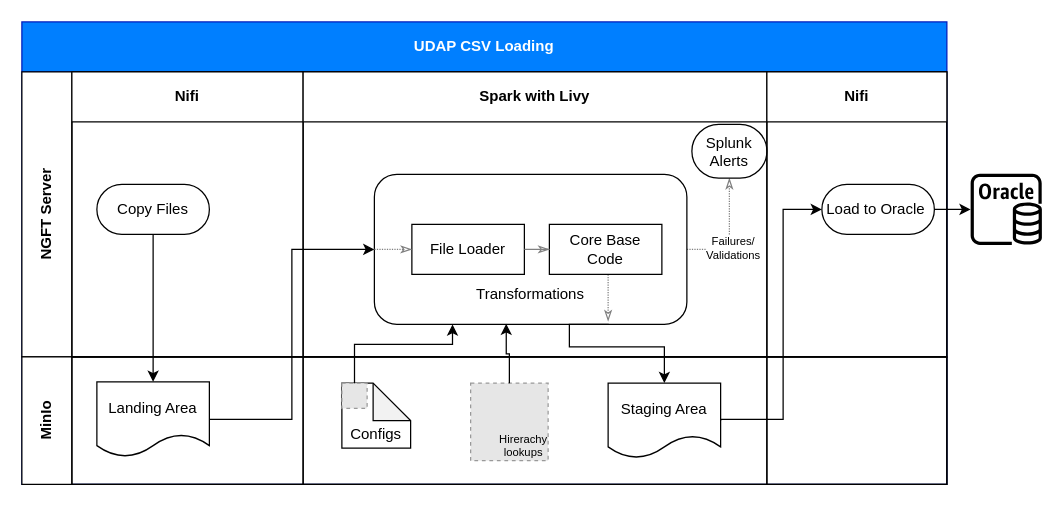
Earlier version of the draw.io diagram Udap_csv.drawio (subhasankar/Main). Source tidied: cells renumbered, new cells numbered last; positions are measured from the earlier drawing's top-left corner, leaving out a move shared by most shapes. Both pictures are drawn from the tidied source at 125%, with x=0, y=0 at pixel (21, 21). Pictures stored in the file or linked from it are replaced by grey dashed boxes.
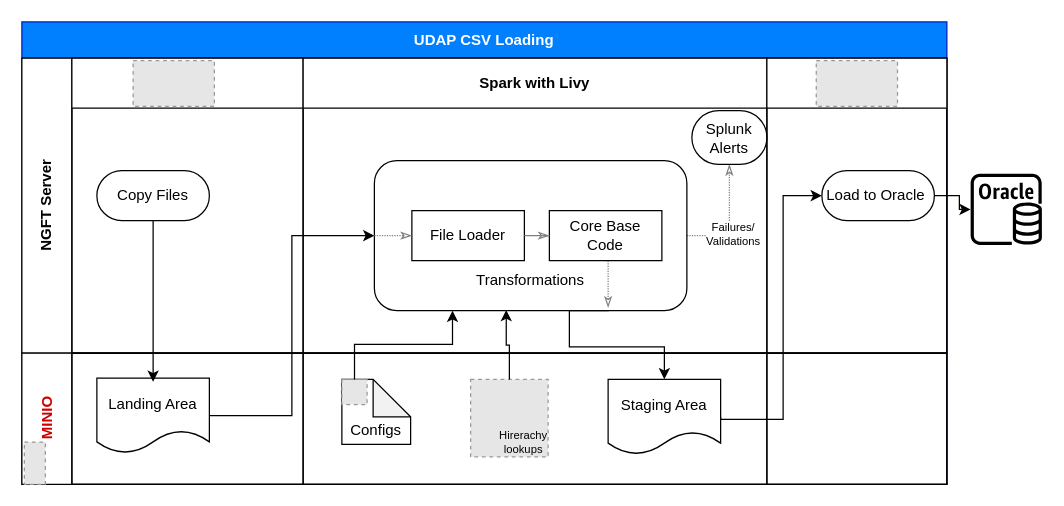
Above is the later version.

Unchanged cells that the change refers to:
```xml
<mxCell id="18" value="Load to Oracle&amp;nbsp;" style="rounded=1;whiteSpace=wrap;html=1;arcSize=50;" parent="17" vertex="1">
  <mxGeometry x="44" y="90" width="90" height="40" as="geometry" />
</mxCell>
<mxCell id="24" value="Staging Area" style="shape=document;whiteSpace=wrap;html=1;boundedLbl=1;size=0.3;" parent="22" vertex="1">
  <mxGeometry x="244" y="21" width="90" height="60" as="geometry" />
</mxCell>
```

What changed in the source:
```diff
@@
-    <mxCell id="2" value="UDAP CSV Loading" style="shape=table;childLayout=tableLayout;rowLines=0;columnLines=0;startSize=40;html=1;whiteSpace=wrap;fontStyle=1;strokeColor=#001DBC;fontColor=#ffffff;fillColor=#007FFF;" parent="1" vertex="1">
+    <mxCell id="2" value="UDAP CSV Loading" style="shape=table;childLayout=tableLayout;rowLines=0;columnLines=0;startSize=29;html=1;whiteSpace=wrap;fontStyle=1;strokeColor=#001DBC;fontColor=#ffffff;fillColor=#007FFF;" parent="1" vertex="1">
       <mxGeometry width="740" height="370" as="geometry" />
     </mxCell>
     <mxCell id="3" value="NGFT Server" style="swimlane;horizontal=0;startSize=40;html=1;whiteSpace=wrap;" parent="2" vertex="1">
-      <mxGeometry y="40" width="740" height="228" as="geometry" />
+      <mxGeometry y="29" width="740" height="236" as="geometry" />
     </mxCell>
-    <mxCell id="4" value="Nifi" style="swimlane;startSize=40;html=1;whiteSpace=wrap;" parent="3" vertex="1">
-      <mxGeometry x="40" width="185" height="228" as="geometry" />
+    <mxCell id="4" style="swimlane;startSize=40;html=1;whiteSpace=wrap;" parent="3" vertex="1">
+      <mxGeometry x="40" width="185" height="236" as="geometry" />
     </mxCell>
+    <mxCell id="38" style="fillColor=#E6E6E6;strokeColor=#999999;dashed=1;verticalLabelPosition=bottom;labelBackgroundColor=#ffffff;verticalAlign=top;" parent="4" vertex="1">
+      <mxGeometry x="49" y="2" width="65" height="36.6" as="geometry" />
+    </mxCell>
@@
     <mxCell id="6" value="Spark with Livy" style="swimlane;startSize=40;html=1;whiteSpace=wrap;" parent="3" vertex="1">
-      <mxGeometry x="225" width="371" height="228" as="geometry" />
+      <mxGeometry x="225" width="371" height="236" as="geometry" />
     </mxCell>
@@
-    <mxCell id="17" value="Nifi" style="swimlane;startSize=40;html=1;whiteSpace=wrap;" parent="3" vertex="1">
-      <mxGeometry x="596" width="144" height="228" as="geometry" />
+    <mxCell id="17" style="swimlane;startSize=40;html=1;whiteSpace=wrap;" parent="3" vertex="1">
+      <mxGeometry x="596" width="144" height="236" as="geometry" />
     </mxCell>
+    <mxCell id="39" style="fillColor=#E6E6E6;strokeColor=#999999;dashed=1;verticalLabelPosition=bottom;labelBackgroundColor=#ffffff;verticalAlign=top;" parent="17" vertex="1">
+      <mxGeometry x="39.5" y="2" width="65" height="36.6" as="geometry" />
+    </mxCell>
@@
-    <mxCell id="19" value="MinIo" style="swimlane;horizontal=0;startSize=40;html=1;whiteSpace=wrap;" parent="2" vertex="1">
-      <mxGeometry y="268" width="740" height="102" as="geometry" />
+    <mxCell id="19" value="&lt;font style=&quot;font-size: 12px&quot; color=&quot;#cc0000&quot;&gt;MINIO&lt;/font&gt;" style="swimlane;horizontal=0;startSize=40;html=1;whiteSpace=wrap;" parent="2" vertex="1">
+      <mxGeometry y="265" width="740" height="105" as="geometry" />
     </mxCell>
     <mxCell id="20" style="swimlane;startSize=0;html=1;whiteSpace=wrap;" parent="19" vertex="1">
-      <mxGeometry x="40" width="185" height="102" as="geometry" />
+      <mxGeometry x="40" width="185" height="105" as="geometry" />
     </mxCell>
@@
     <mxCell id="22" style="swimlane;startSize=0;html=1;whiteSpace=wrap;swimlaneFillColor=none;" parent="19" vertex="1">
-      <mxGeometry x="225" width="371" height="102" as="geometry" />
+      <mxGeometry x="225" width="371" height="105" as="geometry" />
     </mxCell>
@@
     <mxCell id="29" style="swimlane;startSize=0;html=1;whiteSpace=wrap;" parent="19" vertex="1">
-      <mxGeometry x="596" width="144" height="102" as="geometry" />
+      <mxGeometry x="596" width="144" height="105" as="geometry" />
     </mxCell>
@@
     <mxCell id="32" style="edgeStyle=orthogonalEdgeStyle;rounded=0;jettySize=auto;html=1;exitX=1;exitY=0.5;exitDx=0;exitDy=0;entryX=0;entryY=0.5;entryDx=0;entryDy=0;" parent="2" edge="1" source="24" target="18">
       <mxGeometry relative="1" as="geometry">
         <Array as="points">
           <mxPoint x="559" y="318" />
           <mxPoint x="609" y="318" />
-          <mxPoint x="609" y="150" />
+          <mxPoint x="609" y="139" />
         </Array>
       </mxGeometry>
     </mxCell>
@@
+    <mxCell id="40" style="fillColor=#E6E6E6;strokeColor=#999999;dashed=1;verticalLabelPosition=bottom;labelBackgroundColor=#ffffff;verticalAlign=top;" parent="1" vertex="1">
+      <mxGeometry x="2" y="336.1" width="16.8" height="33.9" as="geometry" />
+    </mxCell>
```
